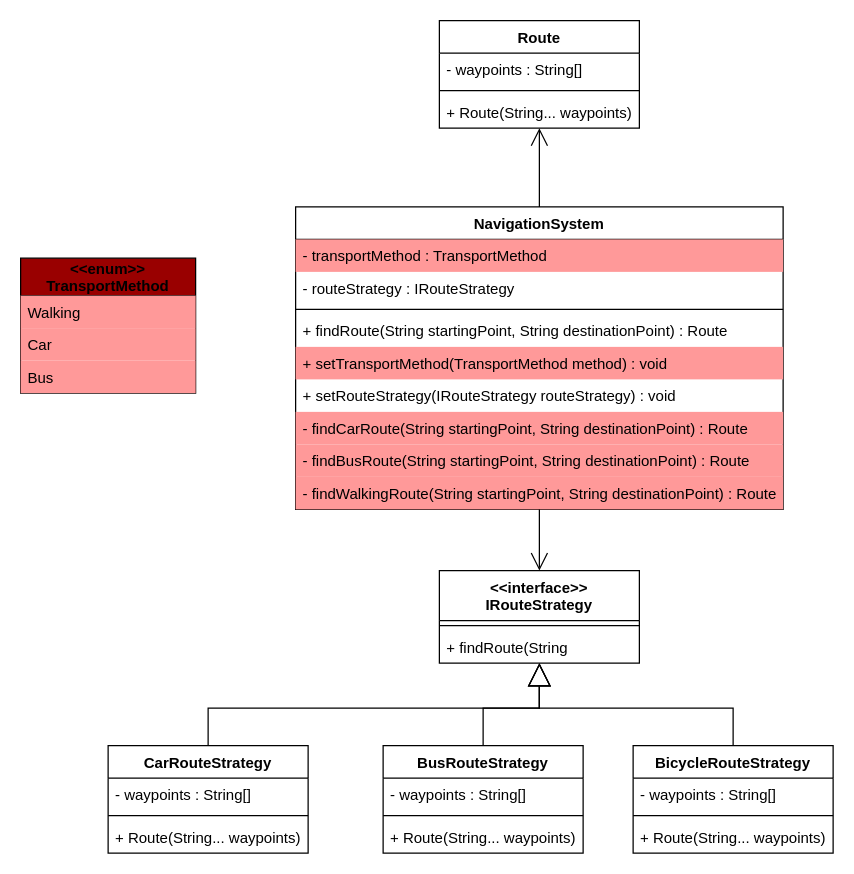
tboulund-sde/StrategyExample keeps this draw.io diagram as page "solution" (2 of 2) of docs/CD.drawio. Above is the earlier version. Source tidied: cells renumbered, new cells numbered last; positions are measured from the earlier drawing's top-left corner, leaving out a move shared by most shapes. Both pictures are drawn from the tidied source at 125%, with x=0, y=0 at pixel (20, 20).
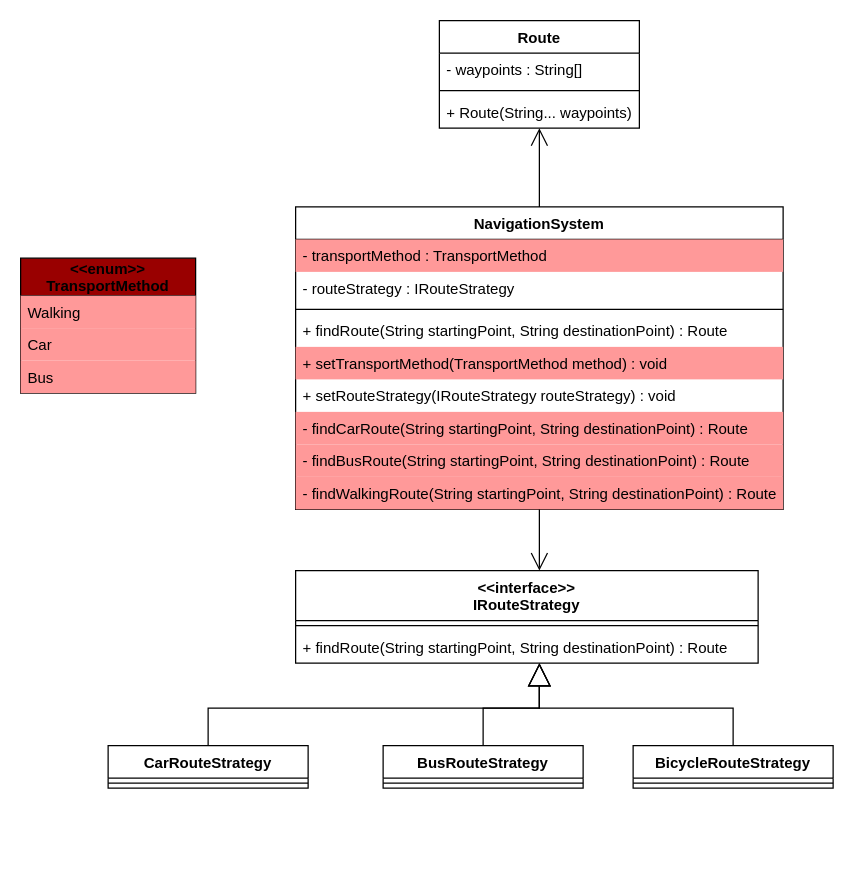
Above is the later version.

Change to the diagram source:
```diff
@@
     <mxCell id="18" value="&lt;&lt;interface&gt;&gt;&#10;IRouteStrategy" style="swimlane;fontStyle=1;align=center;verticalAlign=top;horizontal=1;startSize=40;" parent="1" vertex="1">
-      <mxGeometry x="335" y="440" width="160" height="74" as="geometry" />
+      <mxGeometry x="220" y="440" width="370" height="74" as="geometry" />
     </mxCell>
     <mxCell id="19" style="line;strokeWidth=1;fillColor=none;align=left;verticalAlign=middle;spacingTop=-1;spacingLeft=3;spacingRight=3;labelPosition=right;" parent="18" vertex="1">
-      <mxGeometry y="40" width="160" height="8" as="geometry" />
+      <mxGeometry y="40" width="370" height="8" as="geometry" />
     </mxCell>
-    <mxCell id="20" value="+ findRoute(String " style="text;strokeColor=none;fillColor=none;align=left;verticalAlign=top;spacingLeft=4;spacingRight=4;overflow=hidden;" parent="18" vertex="1">
-      <mxGeometry y="48" width="160" height="26" as="geometry" />
-    </mxCell>
+    <mxCell id="40" value="+ findRoute(String startingPoint, String destinationPoint) : Route" style="text;strokeColor=none;fillColor=none;align=left;verticalAlign=top;spacingLeft=4;spacingRight=4;overflow=hidden;" parent="18" vertex="1">
+      <mxGeometry y="48" width="370" height="26" as="geometry" />
+    </mxCell>
@@
     <mxCell id="25" value="CarRouteStrategy" style="swimlane;fontStyle=1;align=center;verticalAlign=top;horizontal=1;startSize=26;" parent="1" vertex="1">
-      <mxGeometry x="70" y="580" width="160" height="86" as="geometry" />
+      <mxGeometry x="70" y="580" width="160" height="34" as="geometry" />
     </mxCell>
-    <mxCell id="26" value="- waypoints : String[]" style="text;strokeColor=none;fillColor=none;align=left;verticalAlign=top;spacingLeft=4;spacingRight=4;overflow=hidden;" parent="25" vertex="1">
-      <mxGeometry y="26" width="160" height="26" as="geometry" />
-    </mxCell>
     <mxCell id="27" style="line;strokeWidth=1;fillColor=none;align=left;verticalAlign=middle;spacingTop=-1;spacingLeft=3;spacingRight=3;labelPosition=right;" parent="25" vertex="1">
-      <mxGeometry y="52" width="160" height="8" as="geometry" />
+      <mxGeometry y="26" width="160" height="8" as="geometry" />
     </mxCell>
-    <mxCell id="28" value="+ Route(String... waypoints)" style="text;strokeColor=none;fillColor=none;align=left;verticalAlign=top;spacingLeft=4;spacingRight=4;overflow=hidden;" parent="25" vertex="1">
-      <mxGeometry y="60" width="160" height="26" as="geometry" />
-    </mxCell>
     <mxCell id="29" value="BusRouteStrategy" style="swimlane;fontStyle=1;align=center;verticalAlign=top;horizontal=1;startSize=26;" parent="1" vertex="1">
-      <mxGeometry x="290" y="580" width="160" height="86" as="geometry" />
+      <mxGeometry x="290" y="580" width="160" height="34" as="geometry" />
     </mxCell>
-    <mxCell id="30" value="- waypoints : String[]" style="text;strokeColor=none;fillColor=none;align=left;verticalAlign=top;spacingLeft=4;spacingRight=4;overflow=hidden;" parent="29" vertex="1">
-      <mxGeometry y="26" width="160" height="26" as="geometry" />
-    </mxCell>
     <mxCell id="31" style="line;strokeWidth=1;fillColor=none;align=left;verticalAlign=middle;spacingTop=-1;spacingLeft=3;spacingRight=3;labelPosition=right;" parent="29" vertex="1">
-      <mxGeometry y="52" width="160" height="8" as="geometry" />
+      <mxGeometry y="26" width="160" height="8" as="geometry" />
     </mxCell>
-    <mxCell id="32" value="+ Route(String... waypoints)" style="text;strokeColor=none;fillColor=none;align=left;verticalAlign=top;spacingLeft=4;spacingRight=4;overflow=hidden;" parent="29" vertex="1">
-      <mxGeometry y="60" width="160" height="26" as="geometry" />
-    </mxCell>
     <mxCell id="33" value="BicycleRouteStrategy" style="swimlane;fontStyle=1;align=center;verticalAlign=top;horizontal=1;startSize=26;" parent="1" vertex="1">
-      <mxGeometry x="490" y="580" width="160" height="86" as="geometry" />
+      <mxGeometry x="490" y="580" width="160" height="34" as="geometry" />
     </mxCell>
-    <mxCell id="34" value="- waypoints : String[]" style="text;strokeColor=none;fillColor=none;align=left;verticalAlign=top;spacingLeft=4;spacingRight=4;overflow=hidden;" parent="33" vertex="1">
-      <mxGeometry y="26" width="160" height="26" as="geometry" />
-    </mxCell>
     <mxCell id="35" style="line;strokeWidth=1;fillColor=none;align=left;verticalAlign=middle;spacingTop=-1;spacingLeft=3;spacingRight=3;labelPosition=right;" parent="33" vertex="1">
-      <mxGeometry y="52" width="160" height="8" as="geometry" />
+      <mxGeometry y="26" width="160" height="8" as="geometry" />
     </mxCell>
-    <mxCell id="36" value="+ Route(String... waypoints)" style="text;strokeColor=none;fillColor=none;align=left;verticalAlign=top;spacingLeft=4;spacingRight=4;overflow=hidden;" parent="33" vertex="1">
-      <mxGeometry y="60" width="160" height="26" as="geometry" />
-    </mxCell>
```
